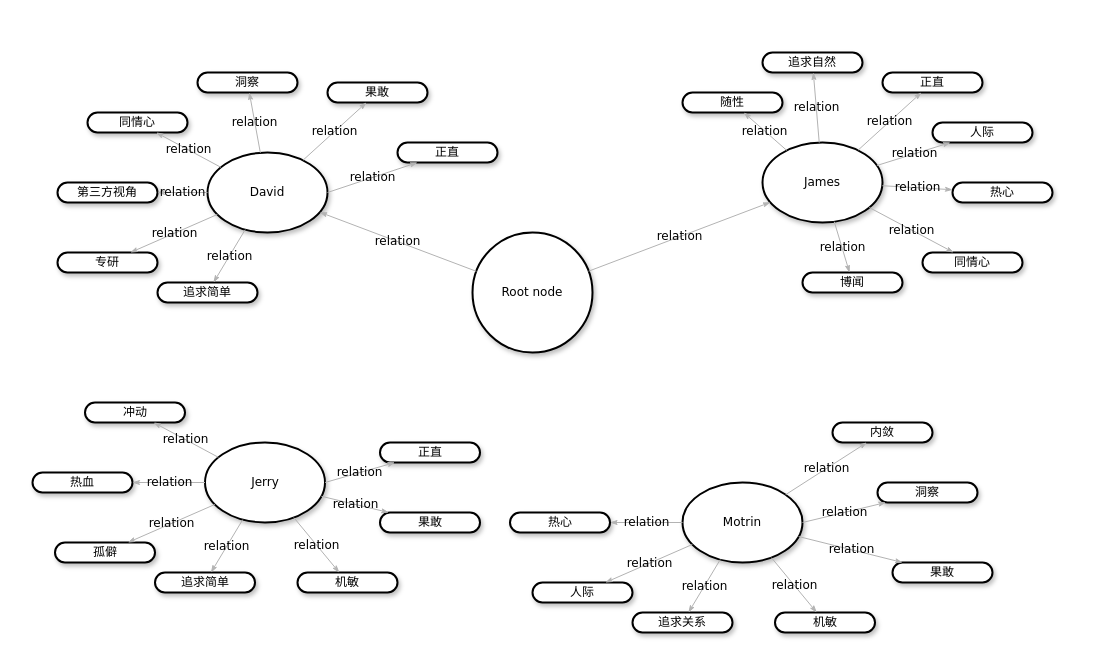
The draw.io diagram conception.drawio in luhaofang/luhaofang.github.io, before the edit. Source tidied: cells renumbered, new cells numbered last; positions are measured from the earlier drawing's top-left corner, leaving out a move shared by most shapes. Both pictures are drawn from the tidied source at 100%, with x=0, y=0 at pixel (32, 52).
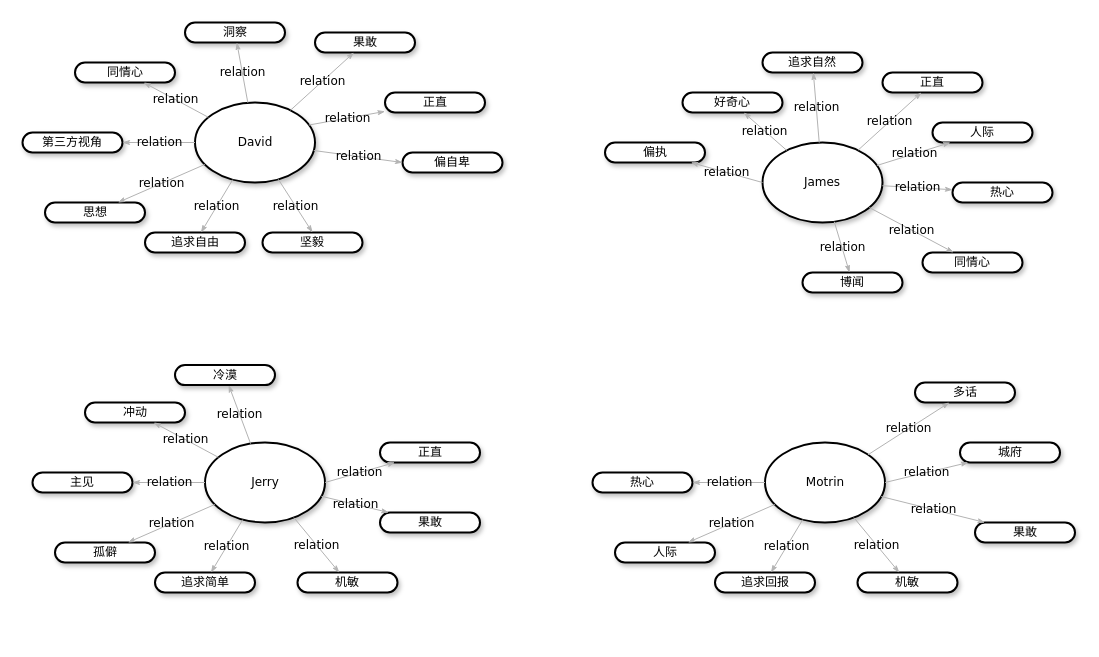
Above is the later version.

The change refers to these unchanged cells:
```xml
<mxCell id="4" value="&lt;span&gt;James&lt;/span&gt;" style="ellipse;whiteSpace=wrap;html=1;rounded=1;shadow=1;comic=0;labelBackgroundColor=none;strokeWidth=2;fontFamily=Verdana;fontSize=12;align=center;" parent="1" vertex="1">
  <mxGeometry x="730" y="90" width="120" height="80" as="geometry" />
</mxCell>
<mxCell id="36" value="Jerry" style="ellipse;whiteSpace=wrap;html=1;rounded=1;shadow=1;comic=0;labelBackgroundColor=none;strokeWidth=2;fontFamily=Verdana;fontSize=12;align=center;" parent="1" vertex="1">
  <mxGeometry x="172.5" y="390" width="120" height="80" as="geometry" />
</mxCell>
```

What changed in the source:
```diff
@@
     <mxCell id="2" value="同情心" style="whiteSpace=wrap;html=1;rounded=1;shadow=1;comic=0;labelBackgroundColor=none;strokeWidth=2;fontFamily=Verdana;fontSize=12;align=center;arcSize=50;" parent="1" vertex="1">
-      <mxGeometry x="55" y="60" width="100" height="20" as="geometry" />
+      <mxGeometry x="42.5" y="10" width="100" height="20" as="geometry" />
     </mxCell>
     <mxCell id="3" value="David" style="ellipse;whiteSpace=wrap;html=1;rounded=1;shadow=1;comic=0;labelBackgroundColor=none;strokeWidth=2;fontFamily=Verdana;fontSize=12;align=center;" parent="1" vertex="1">
-      <mxGeometry x="175" y="100" width="120" height="80" as="geometry" />
+      <mxGeometry x="162.5" y="50" width="120" height="80" as="geometry" />
     </mxCell>
@@
-    <mxCell id="5" value="Root node" style="ellipse;whiteSpace=wrap;html=1;rounded=1;shadow=1;comic=0;labelBackgroundColor=none;strokeWidth=2;fontFamily=Verdana;fontSize=12;align=center;" parent="1" vertex="1">
-      <mxGeometry x="440" y="180" width="120" height="120" as="geometry" />
-    </mxCell>
     <mxCell id="6" value="第三方视角" style="whiteSpace=wrap;html=1;rounded=1;shadow=1;comic=0;labelBackgroundColor=none;strokeWidth=2;fontFamily=Verdana;fontSize=12;align=center;arcSize=50;" parent="1" vertex="1">
-      <mxGeometry x="25" y="130" width="100" height="20" as="geometry" />
+      <mxGeometry x="-10" y="80" width="100" height="20" as="geometry" />
     </mxCell>
-    <mxCell id="7" value="专研" style="whiteSpace=wrap;html=1;rounded=1;shadow=1;comic=0;labelBackgroundColor=none;strokeWidth=2;fontFamily=Verdana;fontSize=12;align=center;arcSize=50;" parent="1" vertex="1">
-      <mxGeometry x="25" y="200" width="100" height="20" as="geometry" />
+    <mxCell id="7" value="思想" style="whiteSpace=wrap;html=1;rounded=1;shadow=1;comic=0;labelBackgroundColor=none;strokeWidth=2;fontFamily=Verdana;fontSize=12;align=center;arcSize=50;" parent="1" vertex="1">
+      <mxGeometry x="12.5" y="150" width="100" height="20" as="geometry" />
     </mxCell>
     <mxCell id="8" value="洞察" style="whiteSpace=wrap;html=1;rounded=1;shadow=1;comic=0;labelBackgroundColor=none;strokeWidth=2;fontFamily=Verdana;fontSize=12;align=center;arcSize=50;" parent="1" vertex="1">
-      <mxGeometry x="165" y="20" width="100" height="20" as="geometry" />
+      <mxGeometry x="152.5" y="-30" width="100" height="20" as="geometry" />
     </mxCell>
-    <mxCell id="9" value="&lt;span&gt;随性&lt;/span&gt;" style="whiteSpace=wrap;html=1;rounded=1;shadow=1;comic=0;labelBackgroundColor=none;strokeWidth=2;fontFamily=Verdana;fontSize=12;align=center;arcSize=50;" parent="1" vertex="1">
+    <mxCell id="9" value="&lt;span&gt;好奇心&lt;/span&gt;" style="whiteSpace=wrap;html=1;rounded=1;shadow=1;comic=0;labelBackgroundColor=none;strokeWidth=2;fontFamily=Verdana;fontSize=12;align=center;arcSize=50;" parent="1" vertex="1">
       <mxGeometry x="650" y="40" width="100" height="20" as="geometry" />
     </mxCell>
@@
-    <mxCell id="20" value="relation" style="edgeStyle=none;rounded=1;html=1;labelBackgroundColor=none;startArrow=none;startFill=0;startSize=5;endArrow=classicThin;endFill=1;endSize=5;jettySize=auto;strokeColor=#B3B3B3;strokeWidth=1;fontFamily=Verdana;fontSize=12;" parent="1" edge="1" source="5" target="3">
-      <mxGeometry relative="1" as="geometry" />
-    </mxCell>
-    <mxCell id="21" value="relation" style="edgeStyle=none;rounded=1;html=1;labelBackgroundColor=none;startArrow=none;startFill=0;startSize=5;endArrow=classicThin;endFill=1;endSize=5;jettySize=auto;strokeColor=#B3B3B3;strokeWidth=1;fontFamily=Verdana;fontSize=12;" parent="1" edge="1" source="5" target="4">
-      <mxGeometry relative="1" as="geometry" />
-    </mxCell>
@@
     <mxCell id="29" value="果敢" style="whiteSpace=wrap;html=1;rounded=1;shadow=1;comic=0;labelBackgroundColor=none;strokeWidth=2;fontFamily=Verdana;fontSize=12;align=center;arcSize=50;" parent="1" vertex="1">
-      <mxGeometry x="295" y="30" width="100" height="20" as="geometry" />
+      <mxGeometry x="282.5" y="-20" width="100" height="20" as="geometry" />
     </mxCell>
-    <mxCell id="30" value="追求简单" style="whiteSpace=wrap;html=1;rounded=1;shadow=1;comic=0;labelBackgroundColor=none;strokeWidth=2;fontFamily=Verdana;fontSize=12;align=center;arcSize=50;" parent="1" vertex="1">
-      <mxGeometry x="125" y="230" width="100" height="20" as="geometry" />
+    <mxCell id="30" value="追求自由" style="whiteSpace=wrap;html=1;rounded=1;shadow=1;comic=0;labelBackgroundColor=none;strokeWidth=2;fontFamily=Verdana;fontSize=12;align=center;arcSize=50;" parent="1" vertex="1">
+      <mxGeometry x="112.5" y="180" width="100" height="20" as="geometry" />
     </mxCell>
@@
     <mxCell id="33" value="正直" style="whiteSpace=wrap;html=1;rounded=1;shadow=1;comic=0;labelBackgroundColor=none;strokeWidth=2;fontFamily=Verdana;fontSize=12;align=center;arcSize=50;" parent="1" vertex="1">
-      <mxGeometry x="365" y="90" width="100" height="20" as="geometry" />
+      <mxGeometry x="352.5" y="40" width="100" height="20" as="geometry" />
     </mxCell>
-    <mxCell id="34" value="relation" style="edgeStyle=none;rounded=1;html=1;labelBackgroundColor=none;startArrow=none;startFill=0;startSize=5;endArrow=classicThin;endFill=1;endSize=5;jettySize=auto;strokeColor=#B3B3B3;strokeWidth=1;fontFamily=Verdana;fontSize=12;exitX=1;exitY=0.5;exitDx=0;exitDy=0;" parent="1" edge="1" source="3" target="33">
+    <mxCell id="34" value="relation" style="edgeStyle=none;rounded=1;html=1;labelBackgroundColor=none;startArrow=none;startFill=0;startSize=5;endArrow=classicThin;endFill=1;endSize=5;jettySize=auto;strokeColor=#B3B3B3;strokeWidth=1;fontFamily=Verdana;fontSize=12;exitX=0.948;exitY=0.282;exitDx=0;exitDy=0;exitPerimeter=0;" parent="1" edge="1" source="3" target="33">
       <mxGeometry relative="1" as="geometry" />
     </mxCell>
@@
-    <mxCell id="37" value="热血" style="whiteSpace=wrap;html=1;rounded=1;shadow=1;comic=0;labelBackgroundColor=none;strokeWidth=2;fontFamily=Verdana;fontSize=12;align=center;arcSize=50;" parent="1" vertex="1">
+    <mxCell id="37" value="主见" style="whiteSpace=wrap;html=1;rounded=1;shadow=1;comic=0;labelBackgroundColor=none;strokeWidth=2;fontFamily=Verdana;fontSize=12;align=center;arcSize=50;" parent="1" vertex="1">
       <mxGeometry y="420" width="100" height="20" as="geometry" />
     </mxCell>
@@
-    <mxCell id="50" value="内敛" style="whiteSpace=wrap;html=1;rounded=1;shadow=1;comic=0;labelBackgroundColor=none;strokeWidth=2;fontFamily=Verdana;fontSize=12;align=center;arcSize=50;" parent="1" vertex="1">
-      <mxGeometry x="800" y="370" width="100" height="20" as="geometry" />
+    <mxCell id="50" value="多话" style="whiteSpace=wrap;html=1;rounded=1;shadow=1;comic=0;labelBackgroundColor=none;strokeWidth=2;fontFamily=Verdana;fontSize=12;align=center;arcSize=50;" parent="1" vertex="1">
+      <mxGeometry x="882.5" y="330" width="100" height="20" as="geometry" />
     </mxCell>
     <mxCell id="51" value="Motrin" style="ellipse;whiteSpace=wrap;html=1;rounded=1;shadow=1;comic=0;labelBackgroundColor=none;strokeWidth=2;fontFamily=Verdana;fontSize=12;align=center;" parent="1" vertex="1">
-      <mxGeometry x="650" y="430" width="120" height="80" as="geometry" />
+      <mxGeometry x="732.5" y="390" width="120" height="80" as="geometry" />
     </mxCell>
     <mxCell id="52" value="热心" style="whiteSpace=wrap;html=1;rounded=1;shadow=1;comic=0;labelBackgroundColor=none;strokeWidth=2;fontFamily=Verdana;fontSize=12;align=center;arcSize=50;" parent="1" vertex="1">
-      <mxGeometry x="477.5" y="460" width="100" height="20" as="geometry" />
+      <mxGeometry x="560" y="420" width="100" height="20" as="geometry" />
     </mxCell>
     <mxCell id="53" value="人际" style="whiteSpace=wrap;html=1;rounded=1;shadow=1;comic=0;labelBackgroundColor=none;strokeWidth=2;fontFamily=Verdana;fontSize=12;align=center;arcSize=50;" parent="1" vertex="1">
-      <mxGeometry x="500" y="530" width="100" height="20" as="geometry" />
+      <mxGeometry x="582.5" y="490" width="100" height="20" as="geometry" />
     </mxCell>
     <mxCell id="54" value="机敏" style="whiteSpace=wrap;html=1;rounded=1;shadow=1;comic=0;labelBackgroundColor=none;strokeWidth=2;fontFamily=Verdana;fontSize=12;align=center;arcSize=50;" parent="1" vertex="1">
-      <mxGeometry x="742.5" y="560" width="100" height="20" as="geometry" />
+      <mxGeometry x="825" y="520" width="100" height="20" as="geometry" />
     </mxCell>
@@
     <mxCell id="59" value="果敢" style="whiteSpace=wrap;html=1;rounded=1;shadow=1;comic=0;labelBackgroundColor=none;strokeWidth=2;fontFamily=Verdana;fontSize=12;align=center;arcSize=50;" parent="1" vertex="1">
-      <mxGeometry x="860" y="510" width="100" height="20" as="geometry" />
+      <mxGeometry x="942.5" y="470" width="100" height="20" as="geometry" />
     </mxCell>
-    <mxCell id="60" value="追求关系" style="whiteSpace=wrap;html=1;rounded=1;shadow=1;comic=0;labelBackgroundColor=none;strokeWidth=2;fontFamily=Verdana;fontSize=12;align=center;arcSize=50;" parent="1" vertex="1">
-      <mxGeometry x="600" y="560" width="100" height="20" as="geometry" />
+    <mxCell id="60" value="追求回报" style="whiteSpace=wrap;html=1;rounded=1;shadow=1;comic=0;labelBackgroundColor=none;strokeWidth=2;fontFamily=Verdana;fontSize=12;align=center;arcSize=50;" parent="1" vertex="1">
+      <mxGeometry x="682.5" y="520" width="100" height="20" as="geometry" />
     </mxCell>
@@
-    <mxCell id="63" value="洞察" style="whiteSpace=wrap;html=1;rounded=1;shadow=1;comic=0;labelBackgroundColor=none;strokeWidth=2;fontFamily=Verdana;fontSize=12;align=center;arcSize=50;" parent="1" vertex="1">
-      <mxGeometry x="845" y="430" width="100" height="20" as="geometry" />
+    <mxCell id="63" value="城府" style="whiteSpace=wrap;html=1;rounded=1;shadow=1;comic=0;labelBackgroundColor=none;strokeWidth=2;fontFamily=Verdana;fontSize=12;align=center;arcSize=50;" parent="1" vertex="1">
+      <mxGeometry x="927.5" y="390" width="100" height="20" as="geometry" />
     </mxCell>
@@
+    <mxCell id="65" value="坚毅" style="whiteSpace=wrap;html=1;rounded=1;shadow=1;comic=0;labelBackgroundColor=none;strokeWidth=2;fontFamily=Verdana;fontSize=12;align=center;arcSize=50;" parent="1" vertex="1">
+      <mxGeometry x="230" y="180" width="100" height="20" as="geometry" />
+    </mxCell>
+    <mxCell id="66" value="relation" style="edgeStyle=none;rounded=1;html=1;labelBackgroundColor=none;startArrow=none;startFill=0;startSize=5;endArrow=classicThin;endFill=1;endSize=5;jettySize=auto;strokeColor=#B3B3B3;strokeWidth=1;fontFamily=Verdana;fontSize=12;entryX=0.5;entryY=0;entryDx=0;entryDy=0;" parent="1" edge="1" source="3" target="65">
+      <mxGeometry relative="1" as="geometry" />
+    </mxCell>
+    <mxCell id="67" value="偏自卑" style="whiteSpace=wrap;html=1;rounded=1;shadow=1;comic=0;labelBackgroundColor=none;strokeWidth=2;fontFamily=Verdana;fontSize=12;align=center;arcSize=50;" parent="1" vertex="1">
+      <mxGeometry x="370" y="100" width="100" height="20" as="geometry" />
+    </mxCell>
+    <mxCell id="68" value="relation" style="edgeStyle=none;rounded=1;html=1;labelBackgroundColor=none;startArrow=none;startFill=0;startSize=5;endArrow=classicThin;endFill=1;endSize=5;jettySize=auto;strokeColor=#B3B3B3;strokeWidth=1;fontFamily=Verdana;fontSize=12;entryX=0;entryY=0.5;entryDx=0;entryDy=0;" parent="1" edge="1" source="3" target="67">
+      <mxGeometry relative="1" as="geometry" />
+    </mxCell>
+    <mxCell id="69" value="冷漠" style="whiteSpace=wrap;html=1;rounded=1;shadow=1;comic=0;labelBackgroundColor=none;strokeWidth=2;fontFamily=Verdana;fontSize=12;align=center;arcSize=50;" parent="1" vertex="1">
+      <mxGeometry x="142.5" y="312.6" width="100" height="20" as="geometry" />
+    </mxCell>
+    <mxCell id="70" value="relation" style="edgeStyle=none;rounded=1;html=1;labelBackgroundColor=none;startArrow=none;startFill=0;startSize=5;endArrow=classicThin;endFill=1;endSize=5;jettySize=auto;strokeColor=#B3B3B3;strokeWidth=1;fontFamily=Verdana;fontSize=12;" parent="1" edge="1" source="36" target="69">
+      <mxGeometry relative="1" as="geometry" />
+    </mxCell>
+    <mxCell id="71" value="&lt;span&gt;偏执&lt;/span&gt;" style="whiteSpace=wrap;html=1;rounded=1;shadow=1;comic=0;labelBackgroundColor=none;strokeWidth=2;fontFamily=Verdana;fontSize=12;align=center;arcSize=50;" parent="1" vertex="1">
+      <mxGeometry x="572.5" y="90" width="100" height="20" as="geometry" />
+    </mxCell>
+    <mxCell id="72" value="relation" style="edgeStyle=none;rounded=1;html=1;labelBackgroundColor=none;startArrow=none;startFill=0;startSize=5;endArrow=classicThin;endFill=1;endSize=5;jettySize=auto;strokeColor=#B3B3B3;strokeWidth=1;fontFamily=Verdana;fontSize=12;exitX=0;exitY=0.5;exitDx=0;exitDy=0;" parent="1" edge="1" source="4" target="71">
+      <mxGeometry relative="1" as="geometry" />
+    </mxCell>
```
